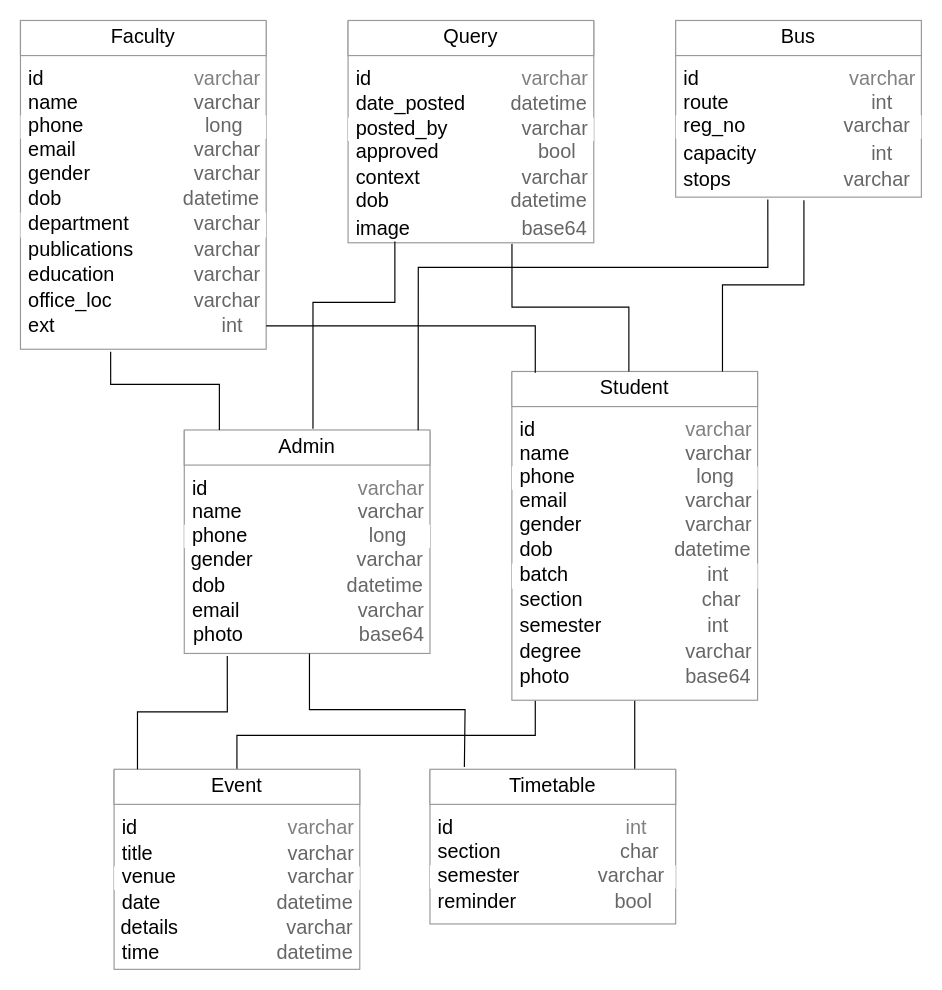
Before: DBSchema.drawio in shahzaib-shafiq/FYP-Documentation, a draw.io diagram. Source tidied: cells renumbered, new cells numbered last; positions are measured from the earlier drawing's top-left corner, leaving out a move shared by most shapes. Both pictures are drawn from the tidied source at 117%, with x=0, y=0 at pixel (20, 21).
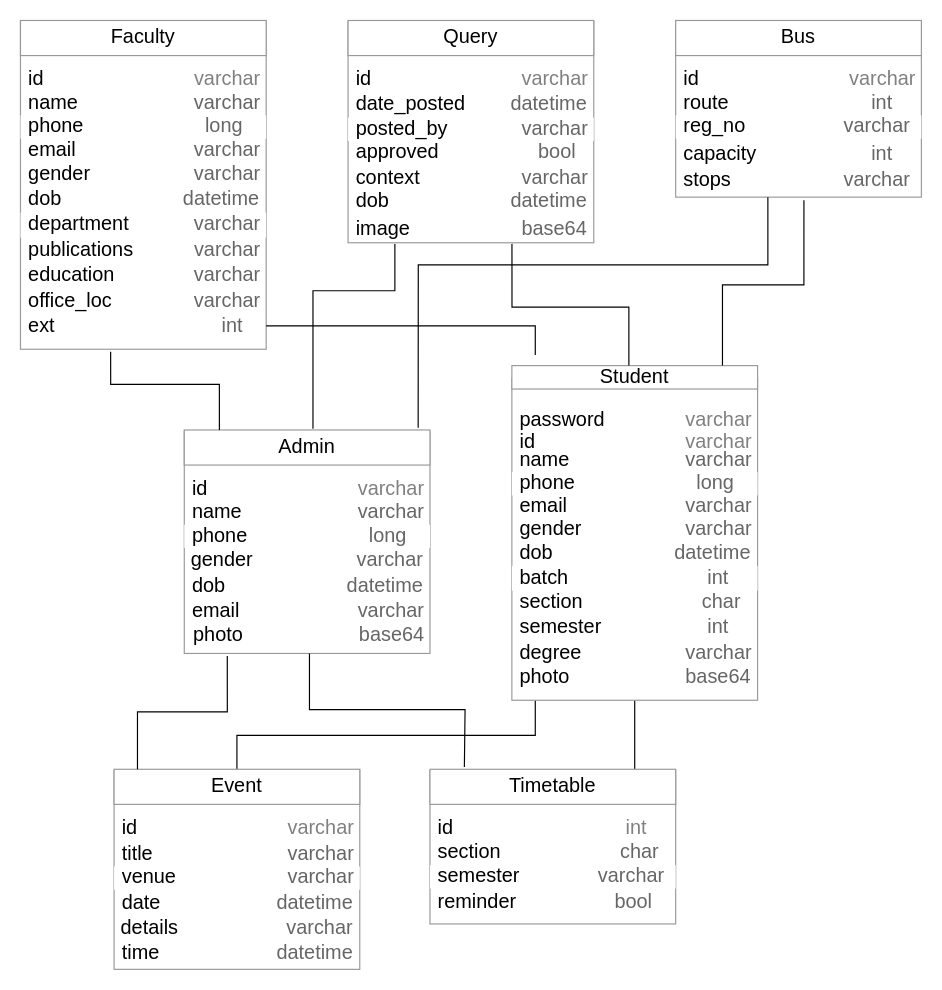
The same diagram, later.

Unchanged cells that the change refers to:
```xml
<mxCell id="18" value="&lt;font color=&quot;#000000&quot;&gt;Admin&lt;/font&gt;" style="strokeWidth=1;shadow=0;dashed=0;align=center;html=1;shape=mxgraph.mockup.forms.rrect;rSize=0;strokeColor=#999999;fontColor=#008cff;fontSize=17;fillColor=#ffffff;whiteSpace=wrap;" parent="17" vertex="1">
  <mxGeometry width="210" height="30" relative="1" as="geometry">
    <mxPoint y="-1" as="offset" />
  </mxGeometry>
</mxCell>
<mxCell id="26" value="&amp;nbsp;" style="strokeWidth=1;shadow=0;dashed=0;align=center;html=1;shape=mxgraph.mockup.forms.rrect;rSize=0;strokeColor=#999999;fillColor=#ffffff;" parent="1" vertex="1">
  <mxGeometry x="560" width="210" height="150" as="geometry" />
</mxCell>
```

Change to the diagram source:
```diff
@@
     <mxCell id="4" value="&amp;nbsp;" style="strokeWidth=1;shadow=0;dashed=0;align=center;html=1;shape=mxgraph.mockup.forms.rrect;rSize=0;strokeColor=#999999;fillColor=#ffffff;" parent="1" vertex="1">
-      <mxGeometry x="420" y="300" width="210" height="280" as="geometry" />
+      <mxGeometry x="420" y="305" width="210" height="275" as="geometry" />
     </mxCell>
     <mxCell id="5" value="&lt;font color=&quot;#000000&quot;&gt;Student&lt;/font&gt;" style="strokeWidth=1;shadow=0;dashed=0;align=center;html=1;shape=mxgraph.mockup.forms.rrect;rSize=0;strokeColor=#999999;fontColor=#008cff;fontSize=17;fillColor=#ffffff;whiteSpace=wrap;" parent="4" vertex="1">
-      <mxGeometry width="210" height="30" relative="1" as="geometry">
-        <mxPoint y="-1" as="offset" />
+      <mxGeometry width="210" height="20" relative="1" as="geometry">
+        <mxPoint y="-11" as="offset" />
       </mxGeometry>
     </mxCell>
-    <mxCell id="6" value="&lt;font color=&quot;#000000&quot;&gt;id&lt;/font&gt;&lt;span style=&quot;white-space: pre;&quot;&gt;&#9;&lt;/span&gt;&lt;span style=&quot;white-space: pre;&quot;&gt;&#9;&lt;/span&gt;&lt;span style=&quot;white-space: pre;&quot;&gt;&#9;&amp;nbsp;&lt;/span&gt;&amp;nbsp; &amp;nbsp; &amp;nbsp;&lt;font color=&quot;#808080&quot;&gt;varchar&lt;/font&gt;" style="strokeWidth=1;shadow=0;dashed=0;align=center;html=1;shape=mxgraph.mockup.forms.anchor;fontSize=17;fontColor=#666666;align=left;spacingLeft=5;whiteSpace=wrap;" parent="4" vertex="1">
+    <mxCell id="6" value="&lt;font color=&quot;#000000&quot;&gt;password&lt;/font&gt;&lt;span style=&quot;white-space: pre;&quot;&gt;&#9;&lt;/span&gt;&lt;span style=&quot;white-space: pre;&quot;&gt;&#9;&lt;/span&gt;&amp;nbsp; &amp;nbsp; &amp;nbsp;&amp;nbsp;&lt;font color=&quot;#808080&quot;&gt;varchar&lt;/font&gt;" style="strokeWidth=1;shadow=0;dashed=0;align=center;html=1;shape=mxgraph.mockup.forms.anchor;fontSize=17;fontColor=#666666;align=left;spacingLeft=5;whiteSpace=wrap;" parent="4" vertex="1">
       <mxGeometry width="210" height="20" relative="1" as="geometry">
-        <mxPoint y="40" as="offset" />
+        <mxPoint y="26" as="offset" />
       </mxGeometry>
     </mxCell>
@@
     <mxCell id="10" value="&lt;font color=&quot;#000000&quot;&gt;gender&lt;/font&gt;&lt;span style=&quot;white-space: pre;&quot;&gt;&#9;&lt;/span&gt;&lt;span style=&quot;white-space: pre;&quot;&gt;&#9;&lt;/span&gt;&amp;nbsp; &amp;nbsp; &amp;nbsp; varchar" style="strokeWidth=1;shadow=0;dashed=0;align=center;html=1;shape=mxgraph.mockup.forms.anchor;fontSize=17;fontColor=#666666;align=left;spacingLeft=5;whiteSpace=wrap;" parent="4" vertex="1">
-      <mxGeometry y="120" width="210" height="21.5" as="geometry" />
+      <mxGeometry y="117.9" width="210" height="21.2" as="geometry" />
     </mxCell>
     <mxCell id="11" value="&lt;font color=&quot;#000000&quot;&gt;dob&lt;/font&gt;&lt;span style=&quot;white-space: pre;&quot;&gt;&#9;&lt;/span&gt;&lt;span style=&quot;white-space: pre;&quot;&gt;&#9;&lt;/span&gt;&lt;span style=&quot;white-space: pre;&quot;&gt;&#9;&lt;/span&gt;&amp;nbsp; &amp;nbsp; datetime" style="strokeWidth=1;shadow=0;dashed=0;align=center;html=1;shape=mxgraph.mockup.forms.anchor;fontSize=17;fontColor=#666666;align=left;spacingLeft=5;whiteSpace=wrap;" parent="4" vertex="1">
-      <mxGeometry y="141.5" width="210" height="21.5" as="geometry" />
+      <mxGeometry y="139" width="210" height="21.2" as="geometry" />
     </mxCell>
     <mxCell id="12" value="&lt;font color=&quot;#000000&quot;&gt;batch&lt;/font&gt;&lt;span style=&quot;white-space: pre;&quot;&gt;&#9;&lt;/span&gt;&lt;span style=&quot;white-space: pre;&quot;&gt;&#9;&lt;span style=&quot;white-space: pre;&quot;&gt;&#9;&lt;/span&gt;  i&lt;/span&gt;nt" style="strokeWidth=1;shadow=0;dashed=0;align=center;html=1;shape=mxgraph.mockup.forms.rrect;rSize=0;fontSize=17;fontColor=#666666;align=left;spacingLeft=5;fillColor=#FFFFFF;strokeColor=none;whiteSpace=wrap;" parent="4" vertex="1">
-      <mxGeometry y="163.1" width="210" height="21.5" as="geometry" />
+      <mxGeometry y="160.2" width="210" height="21.2" as="geometry" />
     </mxCell>
     <mxCell id="13" value="&lt;font color=&quot;#000000&quot;&gt;section&lt;/font&gt;&lt;span style=&quot;white-space: pre;&quot;&gt;&#9;&lt;/span&gt;&lt;span style=&quot;white-space: pre;&quot;&gt;&#9;&lt;/span&gt;&amp;nbsp; &amp;nbsp; &amp;nbsp; &amp;nbsp; &amp;nbsp;char" style="strokeWidth=1;shadow=0;dashed=0;align=center;html=1;shape=mxgraph.mockup.forms.anchor;fontSize=17;fontColor=#666666;align=left;spacingLeft=5;whiteSpace=wrap;" parent="4" vertex="1">
-      <mxGeometry y="184.6" width="210" height="21.5" as="geometry" />
+      <mxGeometry y="181.3" width="210" height="21.2" as="geometry" />
     </mxCell>
     <mxCell id="14" value="&lt;font color=&quot;#000000&quot;&gt;semester&lt;/font&gt;&lt;span style=&quot;white-space: pre;&quot;&gt;&#9;&lt;/span&gt;&lt;span style=&quot;white-space: pre;&quot;&gt;&#9;&lt;/span&gt;&amp;nbsp; &amp;nbsp; &lt;span style=&quot;white-space: pre;&quot;&gt;&#9;&lt;/span&gt;&amp;nbsp; int" style="strokeWidth=1;shadow=0;dashed=0;align=center;html=1;shape=mxgraph.mockup.forms.anchor;fontSize=17;fontColor=#666666;align=left;spacingLeft=5;whiteSpace=wrap;" parent="4" vertex="1">
-      <mxGeometry y="206.2" width="210" height="21.5" as="geometry" />
+      <mxGeometry y="202.5" width="210" height="21.2" as="geometry" />
     </mxCell>
     <mxCell id="15" value="&lt;font color=&quot;#000000&quot;&gt;degree&lt;/font&gt;&lt;span style=&quot;white-space: pre;&quot;&gt;&#9;&lt;/span&gt;&lt;span style=&quot;white-space: pre;&quot;&gt;&#9;&lt;/span&gt;&amp;nbsp; &amp;nbsp; &amp;nbsp; varchar" style="strokeWidth=1;shadow=0;dashed=0;align=center;html=1;shape=mxgraph.mockup.forms.anchor;fontSize=17;fontColor=#666666;align=left;spacingLeft=5;whiteSpace=wrap;" parent="4" vertex="1">
-      <mxGeometry y="228.5" width="210" height="21.5" as="geometry" />
+      <mxGeometry y="224.4" width="210" height="21.2" as="geometry" />
     </mxCell>
     <mxCell id="16" value="&lt;font color=&quot;#000000&quot;&gt;photo&lt;/font&gt;&lt;span style=&quot;white-space: pre;&quot;&gt;&#9;&lt;/span&gt;&lt;span style=&quot;white-space: pre;&quot;&gt;&#9;&lt;/span&gt;&amp;nbsp; &amp;nbsp; &amp;nbsp; base64" style="strokeWidth=1;shadow=0;dashed=0;align=center;html=1;shape=mxgraph.mockup.forms.anchor;fontSize=17;fontColor=#666666;align=left;spacingLeft=5;whiteSpace=wrap;" parent="4" vertex="1">
-      <mxGeometry y="250" width="210" height="21.5" as="geometry" />
+      <mxGeometry y="245.5" width="210" height="21.2" as="geometry" />
     </mxCell>
+    <mxCell id="77" value="&lt;font color=&quot;#000000&quot;&gt;id&lt;/font&gt;&lt;span style=&quot;white-space: pre;&quot;&gt;&#9;&lt;/span&gt;&lt;span style=&quot;white-space: pre;&quot;&gt;&#9;&lt;/span&gt;&lt;span style=&quot;white-space: pre;&quot;&gt;&#9;&amp;nbsp;&lt;/span&gt;&amp;nbsp; &amp;nbsp; &amp;nbsp;&lt;font color=&quot;#808080&quot;&gt;varchar&lt;/font&gt;" style="strokeWidth=1;shadow=0;dashed=0;align=center;html=1;shape=mxgraph.mockup.forms.anchor;fontSize=17;fontColor=#666666;align=left;spacingLeft=5;whiteSpace=wrap;" parent="4" vertex="1">
+      <mxGeometry width="210" height="20" relative="1" as="geometry">
+        <mxPoint y="45" as="offset" />
+      </mxGeometry>
+    </mxCell>
@@
     <mxCell id="71" style="edgeStyle=orthogonalEdgeStyle;rounded=0;orthogonalLoop=1;jettySize=auto;html=1;entryX=0.998;entryY=0.925;entryDx=0;entryDy=0;entryPerimeter=0;endArrow=none;endFill=0;" parent="1" edge="1">
       <mxGeometry relative="1" as="geometry">
-        <mxPoint x="440" y="300" as="sourcePoint" />
+        <mxPoint x="440" y="285" as="sourcePoint" />
         <mxPoint x="210" y="260" as="targetPoint" />
         <Array as="points">
           <mxPoint x="440" y="260" />
         </Array>
       </mxGeometry>
     </mxCell>
@@
     <mxCell id="73" style="edgeStyle=orthogonalEdgeStyle;rounded=0;orthogonalLoop=1;jettySize=auto;html=1;endArrow=none;endFill=0;" parent="1" edge="1">
       <mxGeometry relative="1" as="geometry">
         <mxPoint x="250" y="348" as="sourcePoint" />
         <mxPoint x="320" y="190" as="targetPoint" />
         <Array as="points">
-          <mxPoint x="250" y="240" />
-          <mxPoint x="320" y="240" />
-          <mxPoint x="320" y="188" />
+          <mxPoint x="250" y="230" />
+          <mxPoint x="320" y="230" />
         </Array>
       </mxGeometry>
     </mxCell>
-    <mxCell id="74" style="edgeStyle=orthogonalEdgeStyle;rounded=0;jettySize=auto;html=1;entryX=0.375;entryY=1.014;entryDx=0;entryDy=0;entryPerimeter=0;endArrow=none;endFill=0;exitX=0.952;exitY=0.007;exitDx=0;exitDy=0;exitPerimeter=0;" parent="1" edge="1" source="18" target="26">
+    <mxCell id="74" style="edgeStyle=orthogonalEdgeStyle;rounded=0;orthogonalLoop=1;jettySize=auto;html=1;entryX=0.375;entryY=1.014;entryDx=0;entryDy=0;entryPerimeter=0;endArrow=none;endFill=0;exitX=0.952;exitY=0.007;exitDx=0;exitDy=0;exitPerimeter=0;" parent="1" edge="1">
       <mxGeometry relative="1" as="geometry">
+        <mxPoint x="339.9" y="347.1" as="sourcePoint" />
+        <mxPoint x="638.8" y="150" as="targetPoint" />
         <Array as="points">
-          <mxPoint x="340" y="347" />
-          <mxPoint x="340" y="347" />
-          <mxPoint x="340" y="210" />
-          <mxPoint x="639" y="210" />
+          <mxPoint x="340" y="344.9" />
+          <mxPoint x="340" y="344.9" />
+          <mxPoint x="340" y="207.9" />
+          <mxPoint x="639" y="207.9" />
         </Array>
       </mxGeometry>
     </mxCell>
```
